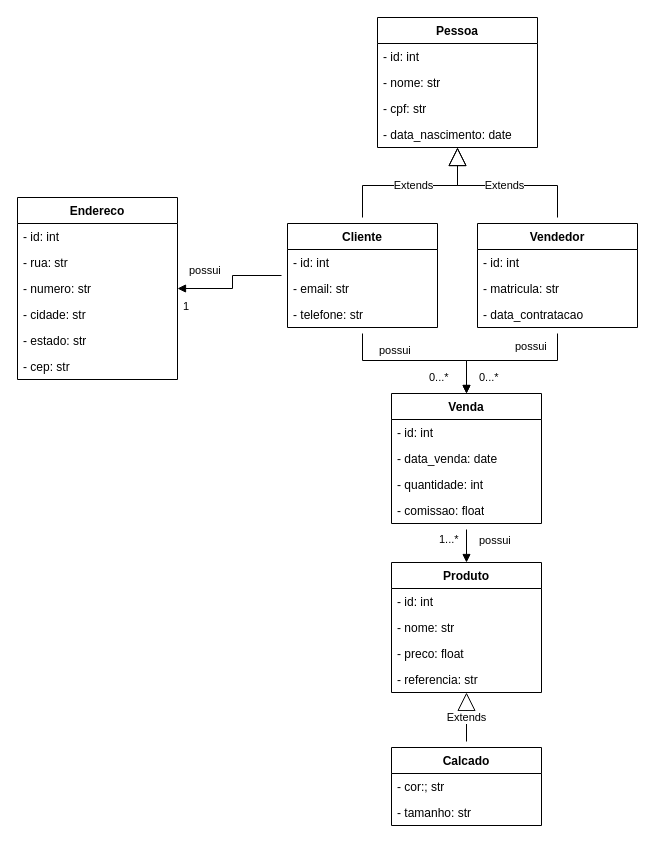
The draw.io diagram Diagrama de classes.drawio in Gebrel07/App-registro-de-vendas, before the edit. Source tidied: cells renumbered, new cells numbered last; positions are measured from the earlier drawing's top-left corner, leaving out a move shared by most shapes. Both pictures are drawn from the tidied source at 100%, with x=0, y=0 at pixel (17, 17).
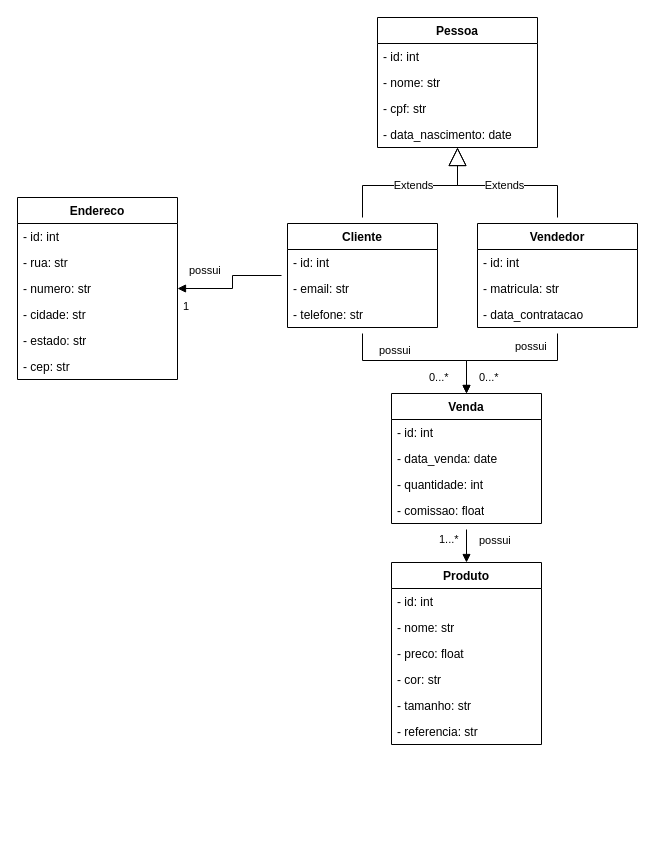
The same page after the edit.

Commit message:
simplificada classe produto no diagrama

The edit, as a diff of the source:
```diff
@@
     <mxCell id="33" value="Produto" style="swimlane;fontStyle=1;align=center;verticalAlign=top;horizontal=1;startSize=26;whiteSpace=wrap;html=1;" parent="1" vertex="1">
-      <mxGeometry x="374" y="545" width="150" height="130" as="geometry" />
+      <mxGeometry x="374" y="545" width="150" height="182" as="geometry" />
     </mxCell>
@@
+    <mxCell id="46" value="- cor: str" style="text;strokeColor=none;fillColor=none;align=left;verticalAlign=top;spacingLeft=4;spacingRight=4;overflow=hidden;whiteSpace=wrap;html=1;" parent="33" vertex="1">
+      <mxGeometry y="104" width="150" height="26" as="geometry" />
+    </mxCell>
+    <mxCell id="42" value="- tamanho: str" style="text;strokeColor=none;fillColor=none;align=left;verticalAlign=top;spacingLeft=4;spacingRight=4;overflow=hidden;whiteSpace=wrap;html=1;" parent="33" vertex="1">
+      <mxGeometry y="130" width="150" height="26" as="geometry" />
+    </mxCell>
     <mxCell id="37" value="- referencia: str" style="text;strokeColor=none;fillColor=none;align=left;verticalAlign=top;spacingLeft=4;spacingRight=4;overflow=hidden;whiteSpace=wrap;html=1;" parent="33" vertex="1">
-      <mxGeometry y="104" width="150" height="26" as="geometry" />
+      <mxGeometry y="156" width="150" height="26" as="geometry" />
     </mxCell>
@@
-    <mxCell id="40" value="Calcado" style="swimlane;fontStyle=1;align=center;verticalAlign=top;horizontal=1;startSize=26;whiteSpace=wrap;html=1;" parent="1" vertex="1">
-      <mxGeometry x="374" y="730" width="150" height="78" as="geometry" />
-    </mxCell>
-    <mxCell id="41" value="- cor:; str" style="text;strokeColor=none;fillColor=none;align=left;verticalAlign=top;spacingLeft=4;spacingRight=4;overflow=hidden;whiteSpace=wrap;html=1;" parent="40" vertex="1">
-      <mxGeometry y="26" width="150" height="26" as="geometry" />
-    </mxCell>
-    <mxCell id="42" value="- tamanho: str" style="text;strokeColor=none;fillColor=none;align=left;verticalAlign=top;spacingLeft=4;spacingRight=4;overflow=hidden;whiteSpace=wrap;html=1;" parent="40" vertex="1">
-      <mxGeometry y="52" width="150" height="26" as="geometry" />
-    </mxCell>
@@
-    <mxCell id="45" value="Extends" style="endArrow=block;endSize=16;endFill=0;html=1;rounded=0;strokeColor=default;align=center;verticalAlign=middle;fontFamily=Helvetica;fontSize=11;fontColor=default;labelBackgroundColor=default;edgeStyle=orthogonalEdgeStyle;sourcePerimeterSpacing=6;" parent="1" edge="1" source="40" target="33">
-      <mxGeometry x="-0.02" relative="1" as="geometry" />
-    </mxCell>
```
